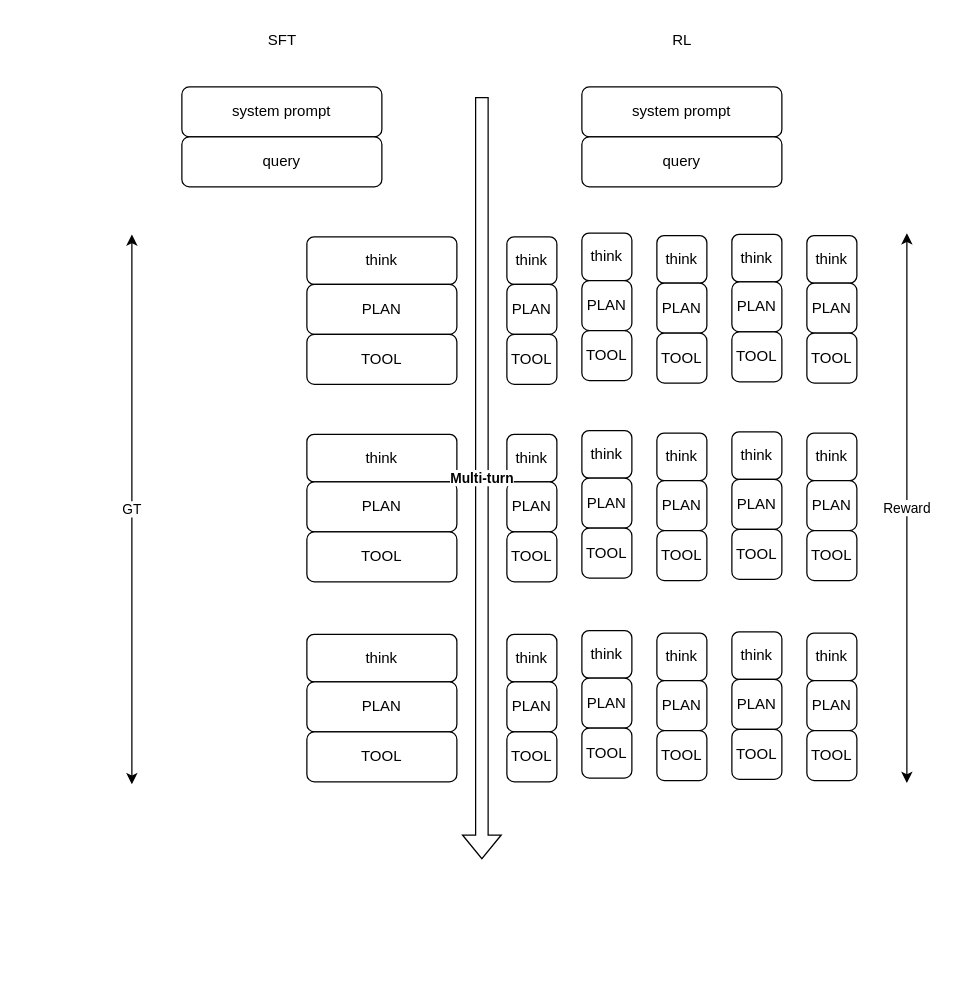
This is 未命名绘图.drawio from CHRIS123540/AboutFlow, a draw.io file, before an edit. Source tidied: cells renumbered, new cells numbered last; positions are measured from the earlier drawing's top-left corner, leaving out a move shared by most shapes. Both pictures are drawn from the tidied source at 125%, with x=0, y=0 at pixel (131, 21).
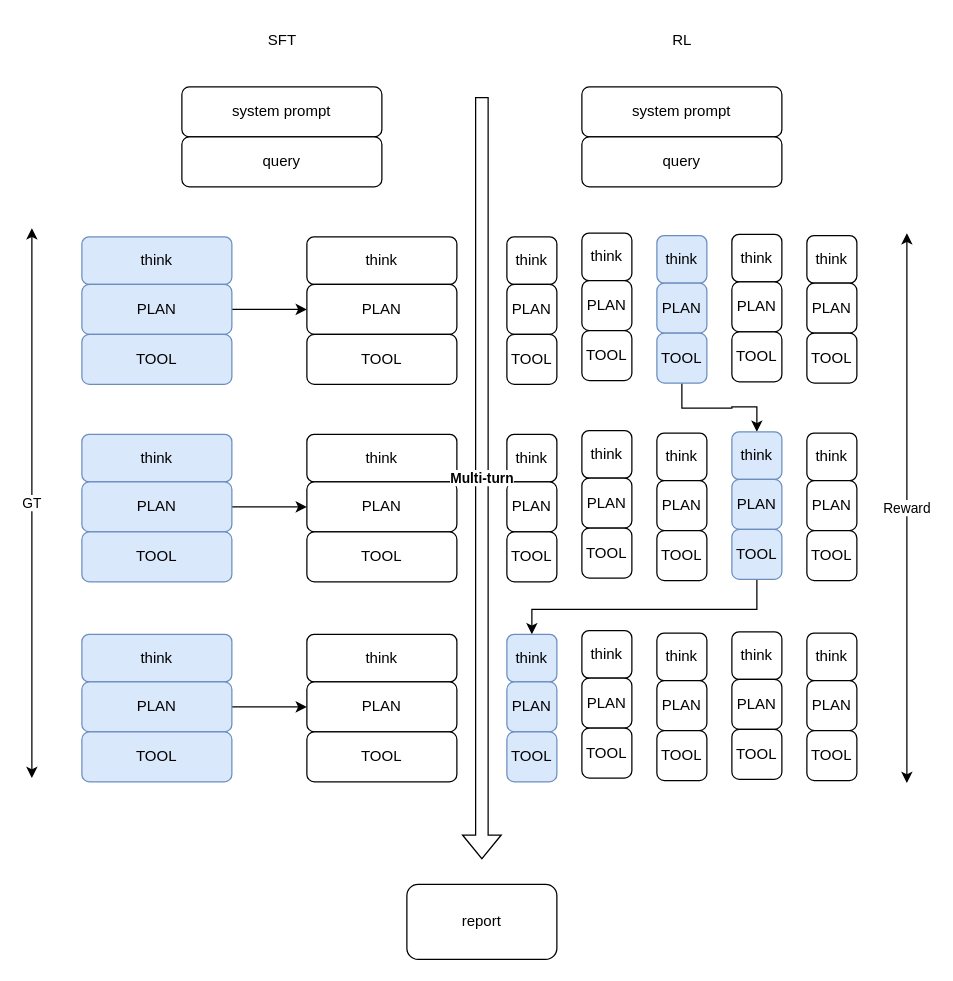
Above is the later version.

Commit message (it also covers changes not shown here):
更新未命名绘图.drawio

Unchanged cells that the change refers to:
```xml
<mxCell id="5" value="PLAN" style="rounded=1;whiteSpace=wrap;html=1;" parent="1" vertex="1">
  <mxGeometry x="140" y="210" width="120" height="40" as="geometry" />
</mxCell>
<mxCell id="15" value="PLAN" style="rounded=1;whiteSpace=wrap;html=1;" parent="1" vertex="1">
  <mxGeometry x="140" y="368" width="120" height="40" as="geometry" />
</mxCell>
<mxCell id="18" value="PLAN" style="rounded=1;whiteSpace=wrap;html=1;" parent="1" vertex="1">
  <mxGeometry x="140" y="528" width="120" height="40" as="geometry" />
</mxCell>
```

The edit, as a diff of the source:
```diff
@@
-    <mxCell id="11" value="think" style="rounded=1;whiteSpace=wrap;html=1;" parent="1" vertex="1">
+    <mxCell id="11" value="think" style="rounded=1;whiteSpace=wrap;html=1;fillColor=#dae8fc;strokeColor=#6c8ebf;" parent="1" vertex="1">
       <mxGeometry x="420" y="171" width="40" height="38" as="geometry" />
     </mxCell>
-    <mxCell id="12" value="PLAN" style="rounded=1;whiteSpace=wrap;html=1;" parent="1" vertex="1">
+    <mxCell id="12" value="PLAN" style="rounded=1;whiteSpace=wrap;html=1;fillColor=#dae8fc;strokeColor=#6c8ebf;" parent="1" vertex="1">
       <mxGeometry x="420" y="209" width="40" height="40" as="geometry" />
     </mxCell>
+    <mxCell id="65" style="edgeStyle=orthogonalEdgeStyle;rounded=0;jettySize=auto;html=1;exitX=0.5;exitY=1;exitDx=0;exitDy=0;" parent="1" edge="1" source="13" target="36">
+      <mxGeometry relative="1" as="geometry" />
+    </mxCell>
-    <mxCell id="13" value="TOOL" style="rounded=1;whiteSpace=wrap;html=1;" parent="1" vertex="1">
+    <mxCell id="13" value="TOOL" style="rounded=1;whiteSpace=wrap;html=1;fillColor=#dae8fc;strokeColor=#6c8ebf;" parent="1" vertex="1">
       <mxGeometry x="420" y="249" width="40" height="40" as="geometry" />
     </mxCell>
@@
     <mxCell id="32" value="GT" style="endArrow=classic;startArrow=classic;html=1;rounded=0;" parent="1" edge="1">
       <mxGeometry relative="1" as="geometry">
-        <mxPoint y="610" as="sourcePoint" />
-        <mxPoint y="170" as="targetPoint" />
+        <mxPoint x="-80" y="605" as="sourcePoint" />
+        <mxPoint x="-80" y="165" as="targetPoint" />
       </mxGeometry>
     </mxCell>
@@
-    <mxCell id="36" value="think" style="rounded=1;whiteSpace=wrap;html=1;" parent="1" vertex="1">
+    <mxCell id="36" value="think" style="rounded=1;whiteSpace=wrap;html=1;fillColor=#dae8fc;strokeColor=#6c8ebf;" parent="1" vertex="1">
       <mxGeometry x="480" y="328" width="40" height="38" as="geometry" />
     </mxCell>
-    <mxCell id="37" value="PLAN" style="rounded=1;whiteSpace=wrap;html=1;" parent="1" vertex="1">
+    <mxCell id="37" value="PLAN" style="rounded=1;whiteSpace=wrap;html=1;fillColor=#dae8fc;strokeColor=#6c8ebf;" parent="1" vertex="1">
       <mxGeometry x="480" y="366" width="40" height="40" as="geometry" />
     </mxCell>
+    <mxCell id="66" style="edgeStyle=orthogonalEdgeStyle;rounded=0;jettySize=auto;html=1;entryX=0.5;entryY=0;entryDx=0;entryDy=0;" parent="1" edge="1" source="38" target="60">
+      <mxGeometry relative="1" as="geometry">
+        <Array as="points">
+          <mxPoint x="500" y="470" />
+          <mxPoint x="320" y="470" />
+        </Array>
+      </mxGeometry>
+    </mxCell>
-    <mxCell id="38" value="TOOL" style="rounded=1;whiteSpace=wrap;html=1;" parent="1" vertex="1">
+    <mxCell id="38" value="TOOL" style="rounded=1;whiteSpace=wrap;html=1;fillColor=#dae8fc;strokeColor=#6c8ebf;" parent="1" vertex="1">
       <mxGeometry x="480" y="406" width="40" height="40" as="geometry" />
     </mxCell>
@@
-    <mxCell id="60" value="think" style="rounded=1;whiteSpace=wrap;html=1;" parent="1" vertex="1">
+    <mxCell id="60" value="think" style="rounded=1;whiteSpace=wrap;html=1;fillColor=#dae8fc;strokeColor=#6c8ebf;" parent="1" vertex="1">
       <mxGeometry x="300" y="490" width="40" height="38" as="geometry" />
     </mxCell>
-    <mxCell id="61" value="PLAN" style="rounded=1;whiteSpace=wrap;html=1;" parent="1" vertex="1">
+    <mxCell id="61" value="PLAN" style="rounded=1;whiteSpace=wrap;html=1;fillColor=#dae8fc;strokeColor=#6c8ebf;" parent="1" vertex="1">
       <mxGeometry x="300" y="528" width="40" height="40" as="geometry" />
     </mxCell>
-    <mxCell id="62" value="TOOL" style="rounded=1;whiteSpace=wrap;html=1;" parent="1" vertex="1">
+    <mxCell id="62" value="TOOL" style="rounded=1;whiteSpace=wrap;html=1;fillColor=#dae8fc;strokeColor=#6c8ebf;" parent="1" vertex="1">
       <mxGeometry x="300" y="568" width="40" height="40" as="geometry" />
     </mxCell>
@@
+    <mxCell id="67" value="report" style="rounded=1;whiteSpace=wrap;html=1;" parent="1" vertex="1">
+      <mxGeometry x="220" y="690" width="120" height="60" as="geometry" />
+    </mxCell>
+    <mxCell id="68" value="think" style="rounded=1;whiteSpace=wrap;html=1;fillColor=#dae8fc;strokeColor=#6c8ebf;" parent="1" vertex="1">
+      <mxGeometry x="-40" y="172" width="120" height="38" as="geometry" />
+    </mxCell>
+    <mxCell id="69" style="edgeStyle=orthogonalEdgeStyle;rounded=0;jettySize=auto;html=1;exitX=1;exitY=0.5;exitDx=0;exitDy=0;entryX=0;entryY=0.5;entryDx=0;entryDy=0;" parent="1" edge="1" source="70" target="5">
+      <mxGeometry relative="1" as="geometry" />
+    </mxCell>
+    <mxCell id="70" value="PLAN" style="rounded=1;whiteSpace=wrap;html=1;fillColor=#dae8fc;strokeColor=#6c8ebf;" parent="1" vertex="1">
+      <mxGeometry x="-40" y="210" width="120" height="40" as="geometry" />
+    </mxCell>
+    <mxCell id="71" value="TOOL" style="rounded=1;whiteSpace=wrap;html=1;fillColor=#dae8fc;strokeColor=#6c8ebf;" parent="1" vertex="1">
+      <mxGeometry x="-40" y="250" width="120" height="40" as="geometry" />
+    </mxCell>
+    <mxCell id="72" value="think" style="rounded=1;whiteSpace=wrap;html=1;fillColor=#dae8fc;strokeColor=#6c8ebf;" parent="1" vertex="1">
+      <mxGeometry x="-40" y="330" width="120" height="38" as="geometry" />
+    </mxCell>
+    <mxCell id="73" style="edgeStyle=orthogonalEdgeStyle;rounded=0;jettySize=auto;html=1;exitX=1;exitY=0.5;exitDx=0;exitDy=0;entryX=0;entryY=0.5;entryDx=0;entryDy=0;" parent="1" edge="1" source="74" target="15">
+      <mxGeometry relative="1" as="geometry" />
+    </mxCell>
+    <mxCell id="74" value="PLAN" style="rounded=1;whiteSpace=wrap;html=1;fillColor=#dae8fc;strokeColor=#6c8ebf;" parent="1" vertex="1">
+      <mxGeometry x="-40" y="368" width="120" height="40" as="geometry" />
+    </mxCell>
+    <mxCell id="75" value="TOOL" style="rounded=1;whiteSpace=wrap;html=1;fillColor=#dae8fc;strokeColor=#6c8ebf;" parent="1" vertex="1">
+      <mxGeometry x="-40" y="408" width="120" height="40" as="geometry" />
+    </mxCell>
+    <mxCell id="76" value="think" style="rounded=1;whiteSpace=wrap;html=1;fillColor=#dae8fc;strokeColor=#6c8ebf;" parent="1" vertex="1">
+      <mxGeometry x="-40" y="490" width="120" height="38" as="geometry" />
+    </mxCell>
+    <mxCell id="77" style="edgeStyle=orthogonalEdgeStyle;rounded=0;jettySize=auto;html=1;exitX=1;exitY=0.5;exitDx=0;exitDy=0;entryX=0;entryY=0.5;entryDx=0;entryDy=0;" parent="1" edge="1" source="78" target="18">
+      <mxGeometry relative="1" as="geometry" />
+    </mxCell>
+    <mxCell id="78" value="PLAN" style="rounded=1;whiteSpace=wrap;html=1;fillColor=#dae8fc;strokeColor=#6c8ebf;" parent="1" vertex="1">
+      <mxGeometry x="-40" y="528" width="120" height="40" as="geometry" />
+    </mxCell>
+    <mxCell id="79" value="TOOL" style="rounded=1;whiteSpace=wrap;html=1;fillColor=#dae8fc;strokeColor=#6c8ebf;" parent="1" vertex="1">
+      <mxGeometry x="-40" y="568" width="120" height="40" as="geometry" />
+    </mxCell>
```
